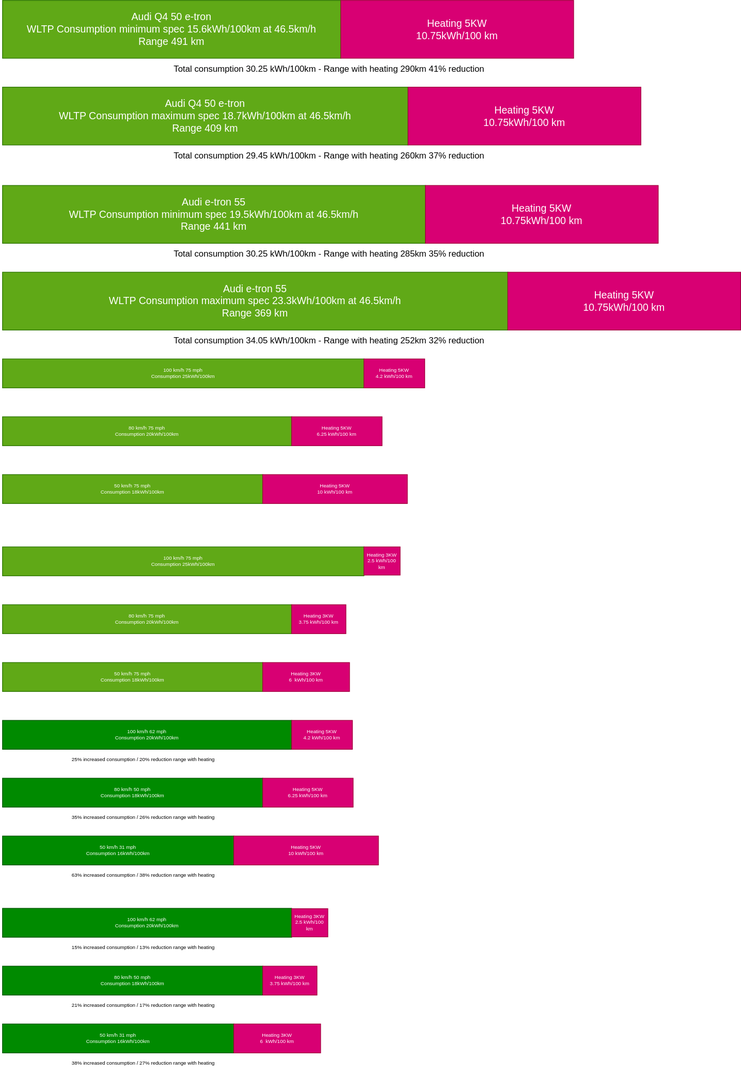
Before: content/guides/understandingrange/winterconsumption.drawio.svg, a diagram exported from draw.io (electrichasgoneaudi/electrichasgoneaudi.github.io). Source tidied: cells renumbered, new cells last; positions are measured from the earlier drawing's top-left corner, leaving out a move shared by most shapes.
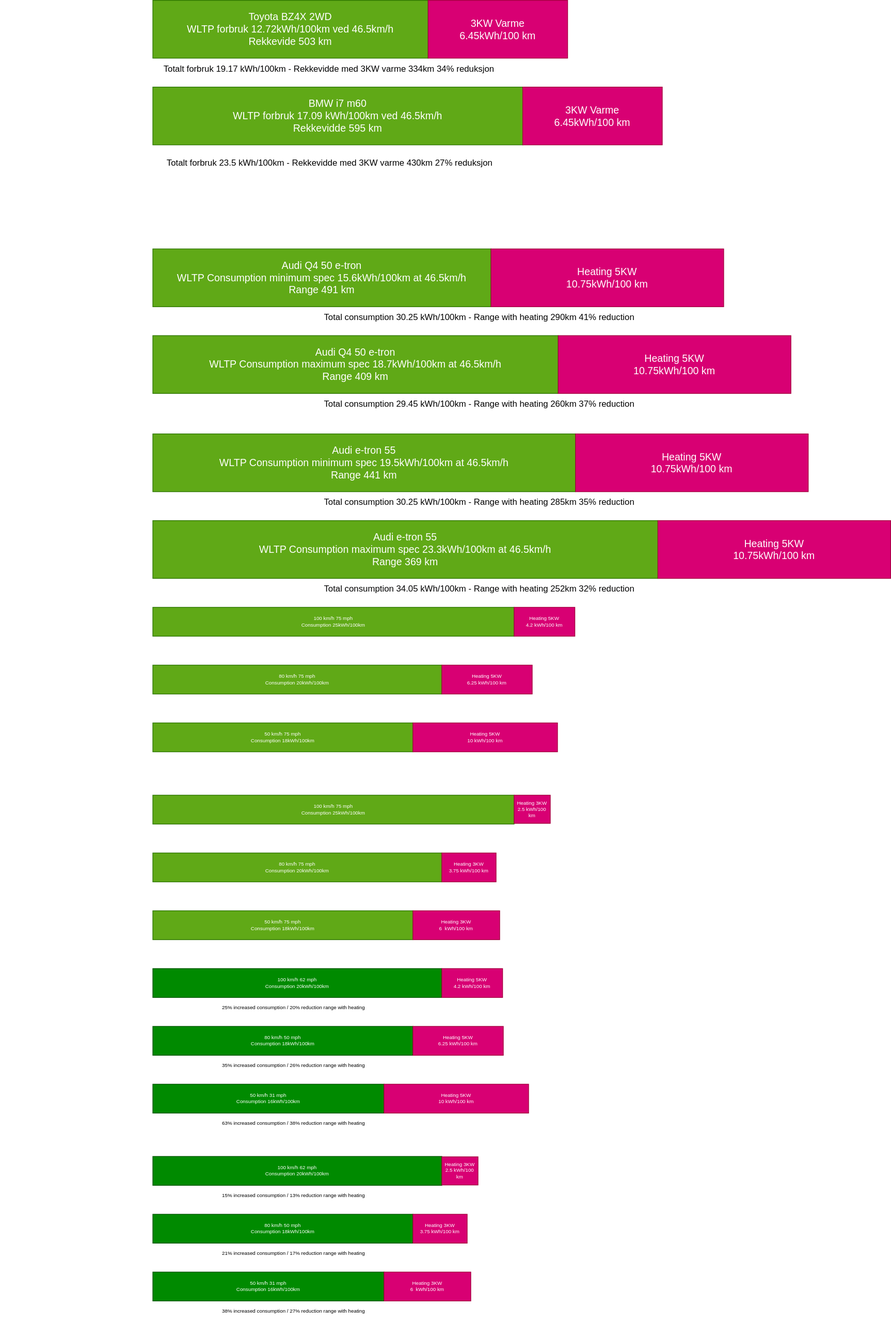
Later version of the same file.

The edit, as a diff of the source:
```diff
@@ -128,5 +128,23 @@
     <mxCell id="43" value="Total consumption 29.45 kWh/100km - Range with heating 260km 37% reduction" style="text;html=1;strokeColor=none;fillColor=none;align=center;verticalAlign=middle;whiteSpace=wrap;rounded=0;" parent="1" vertex="1">
       <mxGeometry y="200" width="910" height="30" as="geometry" />
     </mxCell>
+    <mxCell id="44" value="&lt;font style=&quot;font-size: 14px&quot;&gt;Toyota BZ4X 2WD&amp;nbsp;&amp;nbsp;&lt;br&gt;WLTP forbruk 12.72kWh/100km ved 46.5km/h&lt;br&gt;Rekkevide 503 km&lt;/font&gt;" style="rounded=0;whiteSpace=wrap;html=1;fillColor=#60a917;fontColor=#ffffff;strokeColor=#2D7600;fontSize=7;" parent="1" vertex="1">
+      <mxGeometry x="3" y="-344" width="381" height="80" as="geometry" />
+    </mxCell>
+    <mxCell id="45" value="&lt;font style=&quot;font-size: 14px&quot;&gt;3KW Varme&lt;br&gt;6.45kWh/100 km&lt;/font&gt;" style="rounded=0;whiteSpace=wrap;html=1;fillColor=#d80073;fontColor=#ffffff;strokeColor=#A50040;fontSize=7;" parent="1" vertex="1">
+      <mxGeometry x="384" y="-344" width="193" height="80" as="geometry" />
+    </mxCell>
+    <mxCell id="46" value="Totalt forbruk 19.17 kWh/100km - Rekkevidde med 3KW varme 334km 34% reduksjon" style="text;html=1;strokeColor=none;fillColor=none;align=center;verticalAlign=middle;whiteSpace=wrap;rounded=0;" parent="1" vertex="1">
+      <mxGeometry x="-208" y="-264" width="910" height="30" as="geometry" />
+    </mxCell>
+    <mxCell id="47" value="&lt;font style=&quot;font-size: 14px&quot;&gt;BMW i7 m60&lt;br&gt;WLTP forbruk 17.09 kWh/100km ved 46.5km/h&lt;br&gt;Rekkevidde 595 km&lt;/font&gt;" style="rounded=0;whiteSpace=wrap;html=1;fillColor=#60a917;fontColor=#ffffff;strokeColor=#2D7600;fontSize=7;" parent="1" vertex="1">
+      <mxGeometry x="3" y="-224" width="512" height="80" as="geometry" />
+    </mxCell>
+    <mxCell id="48" value="&lt;font style=&quot;font-size: 14px&quot;&gt;3KW Varme&lt;br&gt;6.45kWh/100 km&lt;/font&gt;" style="rounded=0;whiteSpace=wrap;html=1;fillColor=#d80073;fontColor=#ffffff;strokeColor=#A50040;fontSize=7;" parent="1" vertex="1">
+      <mxGeometry x="515" y="-224" width="193" height="80" as="geometry" />
+    </mxCell>
+    <mxCell id="49" value="Totalt forbruk 23.5 kWh/100km - Rekkevidde med 3KW varme 430km 27% reduksjon" style="text;html=1;strokeColor=none;fillColor=none;align=center;verticalAlign=middle;whiteSpace=wrap;rounded=0;" parent="1" vertex="1">
+      <mxGeometry x="-207" y="-134" width="910" height="30" as="geometry" />
+    </mxCell>
   </root>
 </mxGraphModel>
```
